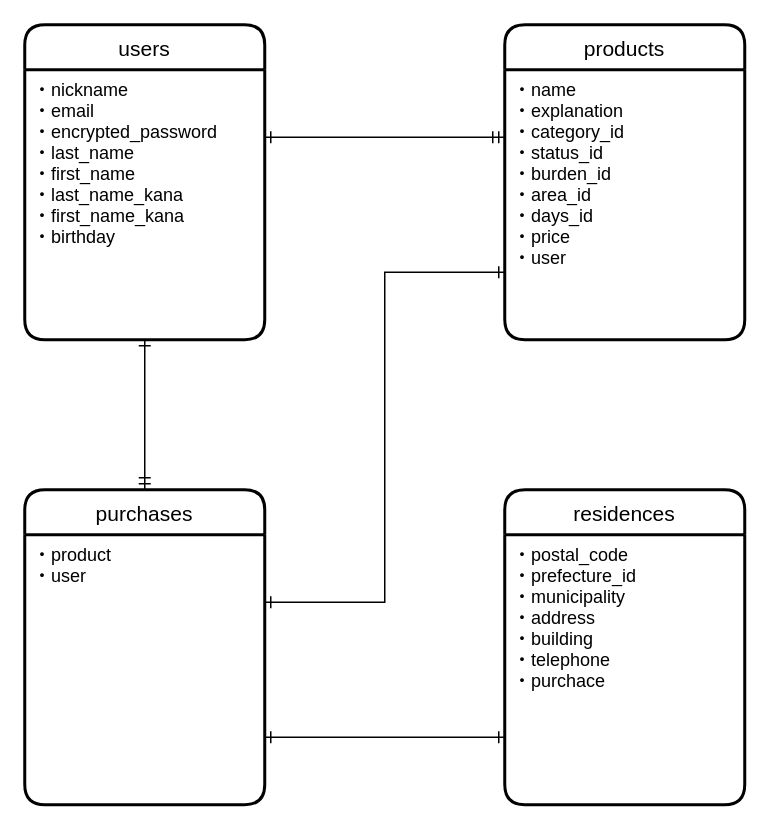
The draw.io diagram furima.dio in kaito121855/furima-31701, before the edit. Source tidied: cells renumbered, new cells numbered last; positions are measured from the earlier drawing's top-left corner, leaving out a move shared by most shapes. Both pictures are drawn from the tidied source at 150%, with x=0, y=0 at pixel (24, 24).
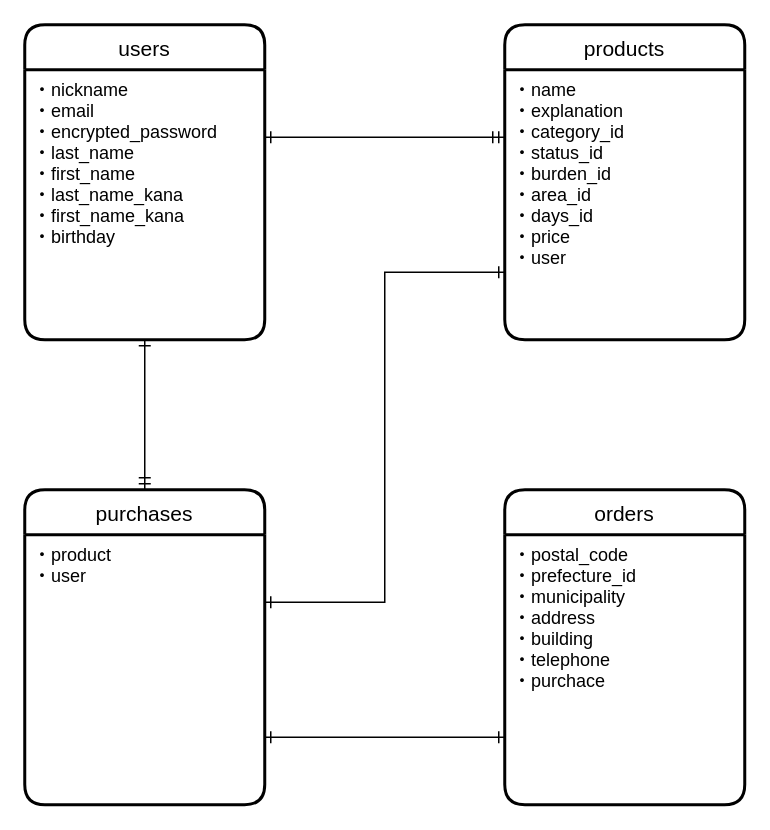
After the change.

Commit message (it also covers changes not shown here):
モデル名の変更

The edit, as a diff of the source:
```diff
@@
 <mxGraphModel>
   <root>
     <mxCell id="0" />
     <mxCell id="1" parent="0" />
     <mxCell id="2" value="users" style="swimlane;horizontal=1;startSize=30;rounded=1;fontSize=14;fontStyle=0;strokeWidth=2;shadow=0;dashed=0;align=center;" parent="1" vertex="1">
       <mxGeometry width="160" height="210" as="geometry" />
     </mxCell>
     <mxCell id="3" value="・nickname&#10;・email&#10;・encrypted_password&#10;・last_name&#10;・first_name&#10;・last_name_kana&#10;・first_name_kana&#10;・birthday&#10;" style="align=left;strokeColor=none;fillColor=none;spacingLeft=4;fontSize=12;verticalAlign=top;" parent="2" vertex="1">
       <mxGeometry y="30" width="160" height="180" as="geometry" />
     </mxCell>
     <mxCell id="4" value="purchases" style="swimlane;horizontal=1;startSize=30;rounded=1;fontSize=14;fontStyle=0;strokeWidth=2;shadow=0;dashed=0;align=center;" parent="1" vertex="1">
       <mxGeometry y="310" width="160" height="210" as="geometry" />
     </mxCell>
     <mxCell id="5" value="・product&#10;・user&#10;" style="align=left;strokeColor=none;fillColor=none;spacingLeft=4;fontSize=12;verticalAlign=top;" parent="4" vertex="1">
       <mxGeometry y="30" width="160" height="180" as="geometry" />
     </mxCell>
     <mxCell id="6" value="products" style="swimlane;horizontal=1;startSize=30;rounded=1;fontSize=14;fontStyle=0;strokeWidth=2;shadow=0;dashed=0;align=center;" parent="1" vertex="1">
       <mxGeometry x="320" width="160" height="210" as="geometry" />
     </mxCell>
     <mxCell id="7" value="・name&#10;・explanation&#10;・category_id&#10;・status_id&#10;・burden_id&#10;・area_id&#10;・days_id&#10;・price&#10;・user&#10;" style="align=left;strokeColor=none;fillColor=none;spacingLeft=4;fontSize=12;verticalAlign=top;" parent="6" vertex="1">
       <mxGeometry y="30" width="160" height="180" as="geometry" />
     </mxCell>
-    <mxCell id="8" value="residences" style="swimlane;horizontal=1;startSize=30;rounded=1;fontSize=14;fontStyle=0;strokeWidth=2;shadow=0;dashed=0;align=center;" parent="1" vertex="1">
+    <mxCell id="8" value="orders" style="swimlane;horizontal=1;startSize=30;rounded=1;fontSize=14;fontStyle=0;strokeWidth=2;shadow=0;dashed=0;align=center;" parent="1" vertex="1">
       <mxGeometry x="320" y="310" width="160" height="210" as="geometry" />
     </mxCell>
     <mxCell id="9" value="・postal_code&#10;・prefecture_id&#10;・municipality&#10;・address&#10;・building&#10;・telephone&#10;・purchace&#10;" style="align=left;strokeColor=none;fillColor=none;spacingLeft=4;fontSize=12;verticalAlign=top;" parent="8" vertex="1">
       <mxGeometry y="30" width="160" height="180" as="geometry" />
     </mxCell>
     <mxCell id="10" style="edgeStyle=orthogonalEdgeStyle;rounded=0;jettySize=auto;html=1;exitX=0.5;exitY=1;exitDx=0;exitDy=0;entryX=0.5;entryY=0;entryDx=0;entryDy=0;startArrow=ERone;startFill=0;endArrow=ERmandOne;endFill=0;" parent="1" edge="1" source="3" target="4">
       <mxGeometry relative="1" as="geometry" />
     </mxCell>
     <mxCell id="11" style="edgeStyle=orthogonalEdgeStyle;rounded=0;jettySize=auto;html=1;exitX=1;exitY=0.25;exitDx=0;exitDy=0;entryX=0;entryY=0.25;entryDx=0;entryDy=0;startArrow=ERone;startFill=0;endArrow=ERmandOne;endFill=0;" parent="1" edge="1" source="3" target="7">
       <mxGeometry relative="1" as="geometry" />
     </mxCell>
     <mxCell id="12" style="edgeStyle=orthogonalEdgeStyle;rounded=0;jettySize=auto;html=1;exitX=0;exitY=0.75;exitDx=0;exitDy=0;entryX=1;entryY=0.25;entryDx=0;entryDy=0;startArrow=ERone;startFill=0;endArrow=ERone;endFill=0;" parent="1" edge="1" source="7" target="5">
       <mxGeometry relative="1" as="geometry" />
     </mxCell>
     <mxCell id="13" style="edgeStyle=orthogonalEdgeStyle;rounded=0;jettySize=auto;html=1;exitX=1;exitY=0.75;exitDx=0;exitDy=0;entryX=0;entryY=0.75;entryDx=0;entryDy=0;startArrow=ERone;startFill=0;endArrow=ERone;endFill=0;" parent="1" edge="1" source="5" target="9">
       <mxGeometry relative="1" as="geometry" />
     </mxCell>
   </root>
 </mxGraphModel>
```
